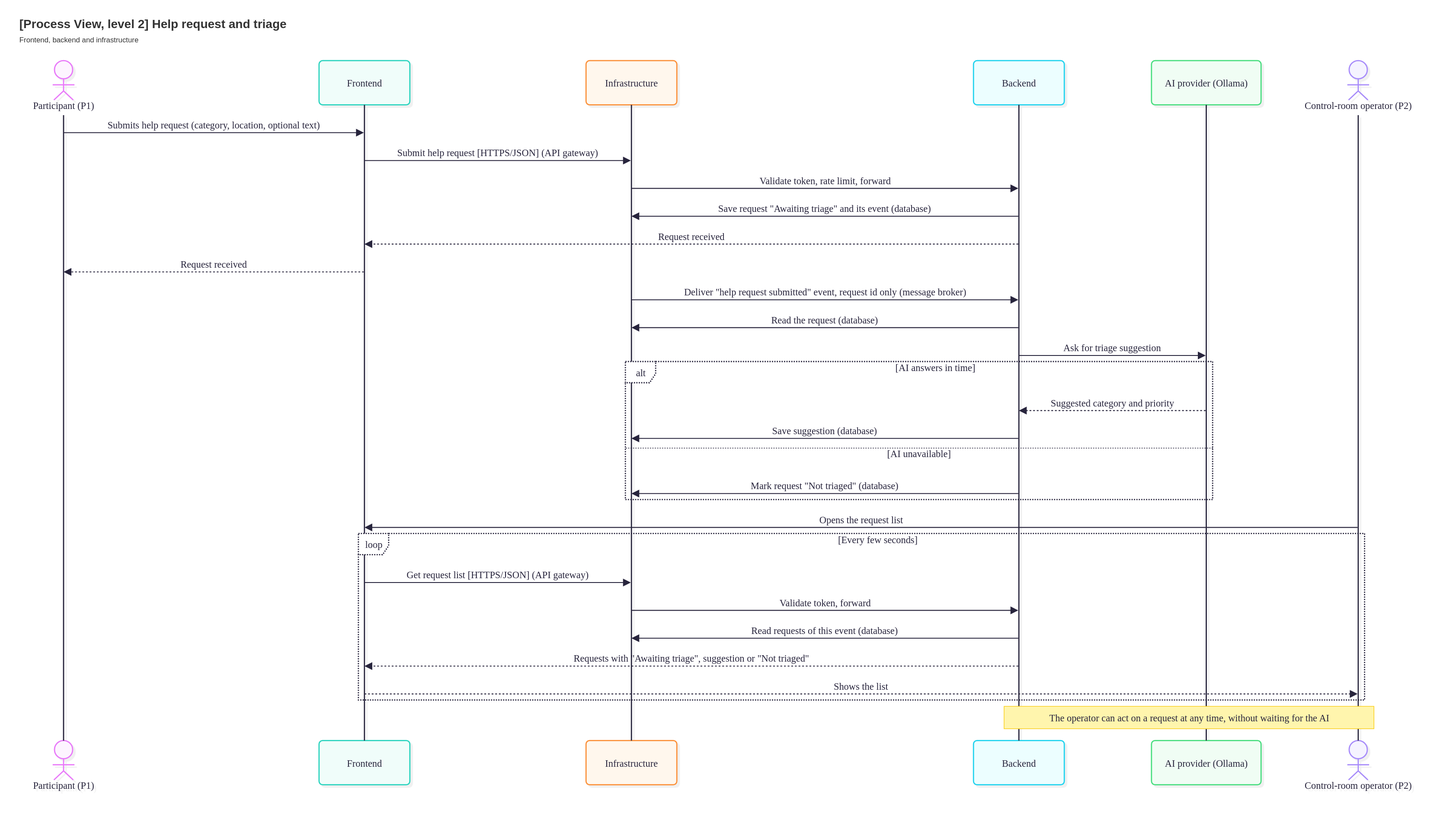
tomasoliveira21/LABDSOF keeps this draw.io diagram as Docs/Technical/diagrams/process-view-level-2-help-request.drawio.svg. Above is the earlier version. Source tidied: cells renumbered, new cells last; positions are measured from the earlier drawing's top-left corner, leaving out a move shared by most shapes.
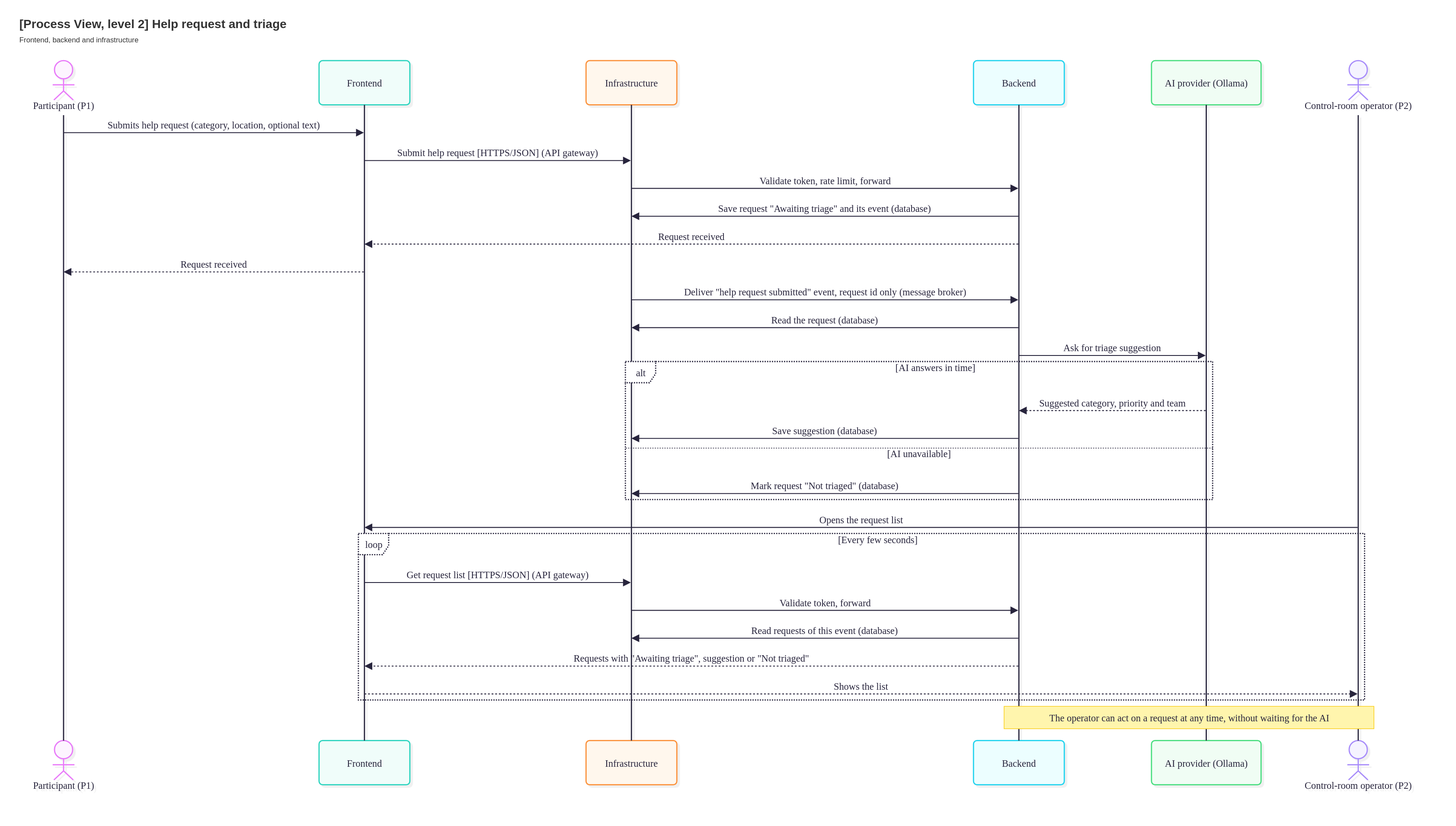
Above is the later version.

Change to the diagram source:
```diff
@@ -104,7 +104,7 @@
         </Array>
       </mxGeometry>
     </mxCell>
-    <mxCell id="24" value="Suggested category and priority" style="dashed=1;fixDash=1;dashPattern=3 3;endArrow=block;endSize=9;verticalAlign=bottom;spacingBottom=2;edgeStyle=sequenceEdgeStyle;libavoidRouting=0;curved=0;rounded=0;fontSize=16;labelBackgroundColor=none;strokeWidth=1.5;strokeColor=#28253D;fontColor=#28253D;fontFamily=Recursive;fontSource=https%3A%2F%2Ffonts.googleapis.com%2Fcss%3Ffamily%3DRecursive;" parent="2" edge="1" source="7" target="6">
+    <mxCell id="24" value="Suggested category, priority and team" style="dashed=1;fixDash=1;dashPattern=3 3;endArrow=block;endSize=9;verticalAlign=bottom;spacingBottom=2;edgeStyle=sequenceEdgeStyle;libavoidRouting=0;curved=0;rounded=0;fontSize=16;labelBackgroundColor=none;strokeWidth=1.5;strokeColor=#28253D;fontColor=#28253D;fontFamily=Recursive;fontSource=https%3A%2F%2Ffonts.googleapis.com%2Fcss%3Ffamily%3DRecursive;" parent="2" edge="1" source="7" target="6">
       <mxGeometry relative="1" as="geometry">
         <Array as="points">
           <mxPoint x="1808" y="578" />
```
